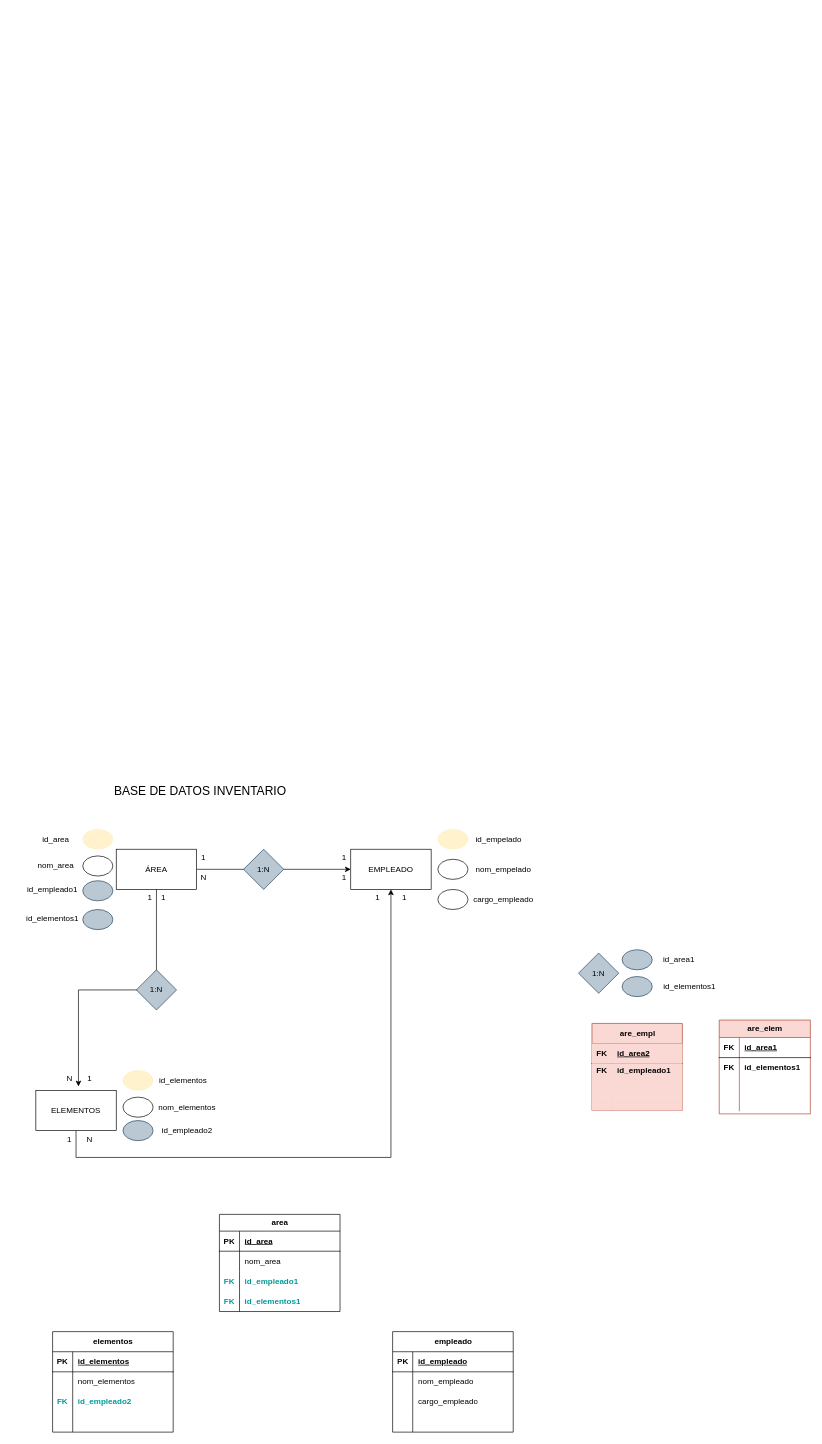
Earlier version of the draw.io diagram Diagrama de Incio.drawio (Anacon4/Home). Source tidied: cells renumbered, new cells numbered last; positions are measured from the earlier drawing's top-left corner, leaving out a move shared by most shapes. Both pictures are drawn from the tidied source at 67%, with x=0, y=0 at pixel (25, 757).
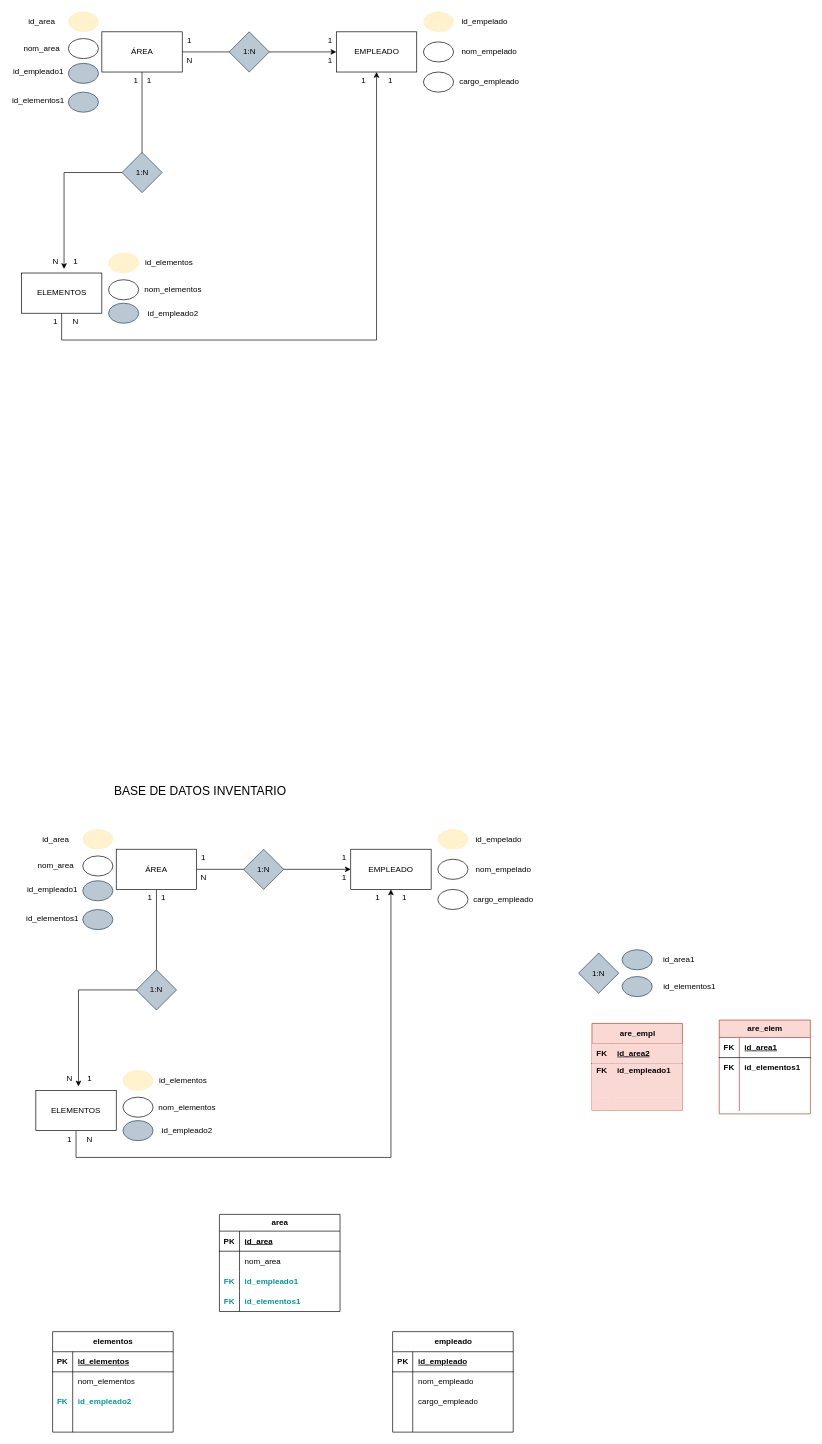
Above is the later version.

The edit, as a diff of the source:
```diff
@@
+    <mxCell id="113" style="edgeStyle=orthogonalEdgeStyle;rounded=0;jettySize=auto;html=1;entryX=0;entryY=0.5;entryDx=0;entryDy=0;" parent="1" edge="1" source="115" target="116">
+      <mxGeometry relative="1" as="geometry" />
+    </mxCell>
+    <mxCell id="114" style="edgeStyle=orthogonalEdgeStyle;rounded=0;jettySize=auto;html=1;entryX=0.53;entryY=-0.1;entryDx=0;entryDy=0;entryPerimeter=0;" parent="1" edge="1" source="115" target="118">
+      <mxGeometry relative="1" as="geometry" />
+    </mxCell>
+    <mxCell id="115" value="ÁREA&lt;br&gt;" style="rounded=0;whiteSpace=wrap;html=1;" parent="1" vertex="1">
+      <mxGeometry x="113.5" y="-1083" width="120" height="60" as="geometry" />
+    </mxCell>
+    <mxCell id="116" value="EMPLEADO&lt;br&gt;" style="rounded=0;whiteSpace=wrap;html=1;" parent="1" vertex="1">
+      <mxGeometry x="463.5" y="-1083" width="120" height="60" as="geometry" />
+    </mxCell>
+    <mxCell id="117" style="edgeStyle=orthogonalEdgeStyle;rounded=0;jettySize=auto;html=1;entryX=0.5;entryY=1;entryDx=0;entryDy=0;exitX=0.5;exitY=1;exitDx=0;exitDy=0;" parent="1" edge="1" source="118" target="116">
+      <mxGeometry relative="1" as="geometry">
+        <Array as="points">
+          <mxPoint x="53.5" y="-623" />
+          <mxPoint x="523.5" y="-623" />
+        </Array>
+      </mxGeometry>
+    </mxCell>
+    <mxCell id="118" value="ELEMENTOS&lt;br&gt;" style="rounded=0;whiteSpace=wrap;html=1;" parent="1" vertex="1">
+      <mxGeometry x="-6.5" y="-723" width="120" height="60" as="geometry" />
+    </mxCell>
+    <mxCell id="119" style="ellipse;whiteSpace=wrap;html=1;fillColor=#fff2cc;strokeColor=#d6b656;gradientColor=none;strokeWidth=0;" parent="1" vertex="1">
+      <mxGeometry x="593.5" y="-1113" width="45" height="30" as="geometry" />
+    </mxCell>
+    <mxCell id="120" style="ellipse;whiteSpace=wrap;html=1;fillColor=#fff2cc;strokeColor=#d6b656;gradientColor=none;strokeWidth=0;" parent="1" vertex="1">
+      <mxGeometry x="63.5" y="-1113" width="45" height="30" as="geometry" />
+    </mxCell>
+    <mxCell id="121" style="ellipse;whiteSpace=wrap;html=1;fillColor=#fff2cc;strokeColor=#d6b656;gradientColor=none;strokeWidth=0;" parent="1" vertex="1">
+      <mxGeometry x="123.5" y="-753" width="45" height="30" as="geometry" />
+    </mxCell>
+    <mxCell id="122" value="id_elementos" style="text;html=1;strokeColor=none;fillColor=none;align=center;verticalAlign=middle;whiteSpace=wrap;rounded=0;" parent="1" vertex="1">
+      <mxGeometry x="173.5" y="-753" width="80" height="30" as="geometry" />
+    </mxCell>
+    <mxCell id="123" value="id_area" style="text;html=1;strokeColor=none;fillColor=none;align=center;verticalAlign=middle;whiteSpace=wrap;rounded=0;" parent="1" vertex="1">
+      <mxGeometry x="-16.5" y="-1113" width="80" height="30" as="geometry" />
+    </mxCell>
+    <mxCell id="124" value="id_empelado" style="text;html=1;strokeColor=none;fillColor=none;align=center;verticalAlign=middle;whiteSpace=wrap;rounded=0;" parent="1" vertex="1">
+      <mxGeometry x="644.5" y="-1113" width="80" height="30" as="geometry" />
+    </mxCell>
+    <mxCell id="125" style="ellipse;whiteSpace=wrap;html=1;strokeWidth=1;" parent="1" vertex="1">
+      <mxGeometry x="593.5" y="-1068" width="45" height="30" as="geometry" />
+    </mxCell>
+    <mxCell id="126" value="nom_empelado" style="text;html=1;strokeColor=none;fillColor=none;align=center;verticalAlign=middle;whiteSpace=wrap;rounded=0;" parent="1" vertex="1">
+      <mxGeometry x="651.5" y="-1068" width="80" height="30" as="geometry" />
+    </mxCell>
+    <mxCell id="127" style="ellipse;whiteSpace=wrap;html=1;strokeWidth=1;" parent="1" vertex="1">
+      <mxGeometry x="593.5" y="-1023" width="45" height="30" as="geometry" />
+    </mxCell>
+    <mxCell id="128" value="cargo_empleado" style="text;html=1;strokeColor=none;fillColor=none;align=center;verticalAlign=middle;whiteSpace=wrap;rounded=0;" parent="1" vertex="1">
+      <mxGeometry x="651.5" y="-1023" width="80" height="30" as="geometry" />
+    </mxCell>
+    <mxCell id="129" style="ellipse;whiteSpace=wrap;html=1;strokeWidth=1;" parent="1" vertex="1">
+      <mxGeometry x="63.5" y="-1073" width="45" height="30" as="geometry" />
+    </mxCell>
+    <mxCell id="130" value="nom_area" style="text;html=1;strokeColor=none;fillColor=none;align=center;verticalAlign=middle;whiteSpace=wrap;rounded=0;" parent="1" vertex="1">
+      <mxGeometry x="-16.5" y="-1073" width="80" height="30" as="geometry" />
+    </mxCell>
+    <mxCell id="131" style="ellipse;whiteSpace=wrap;html=1;strokeWidth=1;" parent="1" vertex="1">
+      <mxGeometry x="123.5" y="-713" width="45" height="30" as="geometry" />
+    </mxCell>
+    <mxCell id="132" value="nom_elementos" style="text;html=1;strokeColor=none;fillColor=none;align=center;verticalAlign=middle;whiteSpace=wrap;rounded=0;" parent="1" vertex="1">
+      <mxGeometry x="179.5" y="-713" width="80" height="30" as="geometry" />
+    </mxCell>
+    <mxCell id="133" value="1" style="text;html=1;align=center;verticalAlign=middle;strokeColor=none;fillColor=none;" parent="1" vertex="1">
+      <mxGeometry x="228.5" y="-1085" width="30" height="30" as="geometry" />
+    </mxCell>
+    <mxCell id="134" value="1" style="text;html=1;align=center;verticalAlign=middle;strokeColor=none;fillColor=none;" parent="1" vertex="1">
+      <mxGeometry x="438.5" y="-1085" width="30" height="30" as="geometry" />
+    </mxCell>
+    <mxCell id="135" value="1" style="text;html=1;align=center;verticalAlign=middle;strokeColor=none;fillColor=none;" parent="1" vertex="1">
+      <mxGeometry x="438.5" y="-1055" width="30" height="30" as="geometry" />
+    </mxCell>
+    <mxCell id="136" value="N" style="text;html=1;align=center;verticalAlign=middle;strokeColor=none;fillColor=none;" parent="1" vertex="1">
+      <mxGeometry x="228.5" y="-1055" width="30" height="30" as="geometry" />
+    </mxCell>
+    <mxCell id="137" value="1" style="text;html=1;align=center;verticalAlign=middle;strokeColor=none;fillColor=none;" parent="1" vertex="1">
+      <mxGeometry x="148.5" y="-1025" width="30" height="30" as="geometry" />
+    </mxCell>
+    <mxCell id="138" value="N" style="text;html=1;align=center;verticalAlign=middle;strokeColor=none;fillColor=none;" parent="1" vertex="1">
+      <mxGeometry x="28.5" y="-755" width="30" height="30" as="geometry" />
+    </mxCell>
+    <mxCell id="139" value="1" style="text;html=1;align=center;verticalAlign=middle;strokeColor=none;fillColor=none;" parent="1" vertex="1">
+      <mxGeometry x="58.5" y="-755" width="30" height="30" as="geometry" />
+    </mxCell>
+    <mxCell id="140" value="1" style="text;html=1;align=center;verticalAlign=middle;strokeColor=none;fillColor=none;" parent="1" vertex="1">
+      <mxGeometry x="168.5" y="-1025" width="30" height="30" as="geometry" />
+    </mxCell>
+    <mxCell id="141" value="1:N" style="rhombus;whiteSpace=wrap;html=1;fillColor=#bac8d3;strokeColor=#23445d;" parent="1" vertex="1">
+      <mxGeometry x="303.5" y="-1083" width="60" height="60" as="geometry" />
+    </mxCell>
+    <mxCell id="142" style="ellipse;whiteSpace=wrap;html=1;strokeWidth=1;fillColor=#bac8d3;strokeColor=#23445d;" parent="1" vertex="1">
+      <mxGeometry x="63.5" y="-1036" width="45" height="30" as="geometry" />
+    </mxCell>
+    <mxCell id="143" value="id_empleado1" style="text;html=1;strokeColor=none;fillColor=none;align=center;verticalAlign=middle;whiteSpace=wrap;rounded=0;" parent="1" vertex="1">
+      <mxGeometry x="-21.5" y="-1038" width="80" height="30" as="geometry" />
+    </mxCell>
+    <mxCell id="144" style="ellipse;whiteSpace=wrap;html=1;strokeWidth=1;fillColor=#bac8d3;strokeColor=#23445d;" parent="1" vertex="1">
+      <mxGeometry x="63.5" y="-993" width="45" height="30" as="geometry" />
+    </mxCell>
+    <mxCell id="145" value="id_elementos1" style="text;html=1;strokeColor=none;fillColor=none;align=center;verticalAlign=middle;whiteSpace=wrap;rounded=0;" parent="1" vertex="1">
+      <mxGeometry x="-21.5" y="-995" width="80" height="30" as="geometry" />
+    </mxCell>
+    <mxCell id="146" value="1" style="text;html=1;align=center;verticalAlign=middle;strokeColor=none;fillColor=none;" parent="1" vertex="1">
+      <mxGeometry x="488.5" y="-1025" width="30" height="30" as="geometry" />
+    </mxCell>
+    <mxCell id="147" value="N" style="text;html=1;align=center;verticalAlign=middle;strokeColor=none;fillColor=none;" parent="1" vertex="1">
+      <mxGeometry x="58.5" y="-665" width="30" height="30" as="geometry" />
+    </mxCell>
+    <mxCell id="148" value="1" style="text;html=1;align=center;verticalAlign=middle;strokeColor=none;fillColor=none;" parent="1" vertex="1">
+      <mxGeometry x="28.5" y="-665" width="30" height="30" as="geometry" />
+    </mxCell>
+    <mxCell id="149" value="1&lt;br&gt;" style="text;html=1;align=center;verticalAlign=middle;strokeColor=none;fillColor=none;" parent="1" vertex="1">
+      <mxGeometry x="528.5" y="-1025" width="30" height="30" as="geometry" />
+    </mxCell>
+    <mxCell id="150" style="ellipse;whiteSpace=wrap;html=1;strokeWidth=1;fillColor=#bac8d3;strokeColor=#23445d;" parent="1" vertex="1">
+      <mxGeometry x="123.5" y="-678" width="45" height="30" as="geometry" />
+    </mxCell>
+    <mxCell id="151" value="id_empleado2" style="text;html=1;strokeColor=none;fillColor=none;align=center;verticalAlign=middle;whiteSpace=wrap;rounded=0;" parent="1" vertex="1">
+      <mxGeometry x="179.5" y="-678" width="80" height="30" as="geometry" />
+    </mxCell>
+    <mxCell id="152" value="1:N" style="rhombus;whiteSpace=wrap;html=1;fillColor=#bac8d3;strokeColor=#23445d;" parent="1" vertex="1">
+      <mxGeometry x="143.5" y="-903" width="60" height="60" as="geometry" />
+    </mxCell>
```
